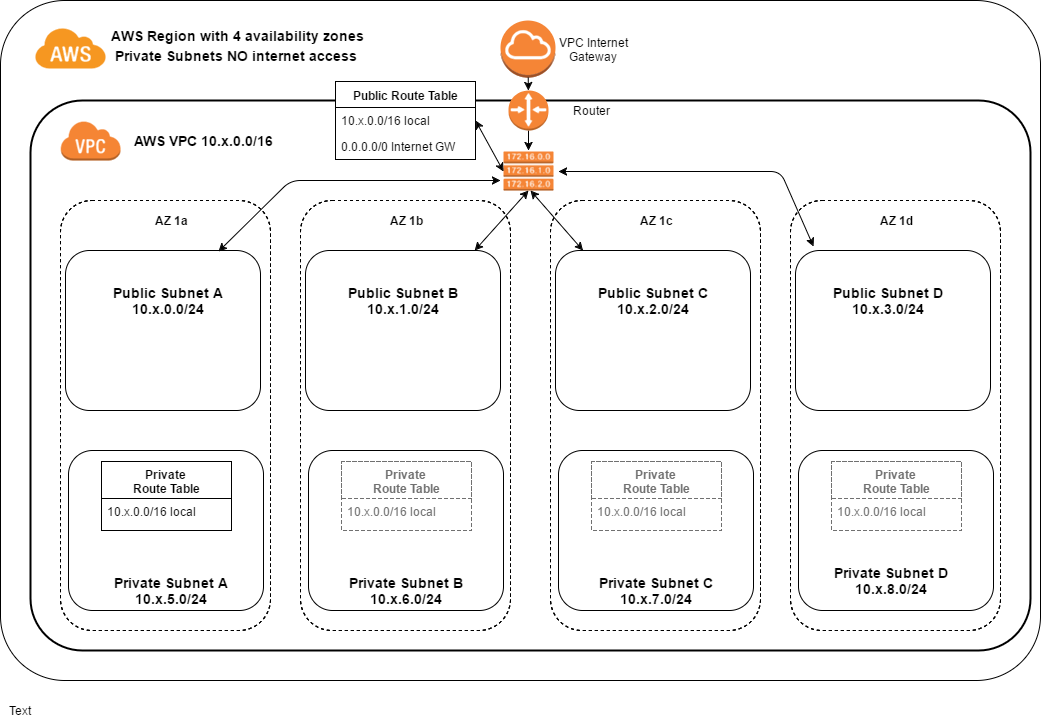
Earlier version of the draw.io export vpc/images/VPC-Private-No-Internet-access-four-regions.png (Fzomerdijk/aws-templates). Source tidied: cells renumbered, new cells last; positions are measured from the earlier drawing's top-left corner, leaving out a move shared by most shapes. Its diagram source:
```xml
<mxGraphModel background="#ffffff">
  <root>
    <mxCell id="0" />
    <mxCell id="1" parent="0" />
    <mxCell id="2" style="dashed=0;html=1;shape=mxgraph.aws.groups.rrect;fillColor=none;strokeColor=#000000;gradientColor=none;shadow=0;glass=0;fontFamily=Helvetica;fontSize=12;fontColor=#000000;align=center;labelPosition=center;verticalLabelPosition=top;verticalAlign=bottom;spacing=6;" parent="1" vertex="1">
      <mxGeometry width="1040" height="680" as="geometry" />
    </mxCell>
    <mxCell id="3" style="html=1;shape=mxgraph.aws.groups.rrect;fillColor=none;strokeColor=#000000;gradientColor=none;shadow=0;glass=0;fontFamily=Helvetica;fontSize=12;fontColor=#000000;align=center;labelPosition=center;verticalLabelPosition=top;verticalAlign=bottom;spacing=6;strokeWidth=2;" parent="1" vertex="1">
      <mxGeometry x="30" y="100" width="1000" height="550" as="geometry" />
    </mxCell>
    <mxCell id="4" style="rounded=1;whiteSpace=wrap;html=1;dashed=1;" parent="1" vertex="1">
      <mxGeometry x="300" y="200" width="210" height="430" as="geometry" />
    </mxCell>
    <mxCell id="5" style="edgeStyle=none;rounded=0;html=1;endArrow=classic;endFill=1;jettySize=auto;strokeColor=#000000;strokeWidth=1;fontFamily=Helvetica;fontSize=12;fontColor=#000000;align=center;" parent="1" edge="1" source="24">
      <mxGeometry relative="1" as="geometry">
        <mxPoint x="528" y="150" as="targetPoint" />
      </mxGeometry>
    </mxCell>
    <mxCell id="6" style="dashed=0;html=1;shape=mxgraph.aws2.compute_and_networking.vpc_internet_gateway;strokeColor=none;shadow=0;glass=0;fillColor=#FFFFFF;gradientColor=none;fontFamily=Helvetica;fontSize=12;fontColor=#000000;align=center;whiteSpace=wrap;labelPosition=center;verticalLabelPosition=top;verticalAlign=bottom;spacing=6;" parent="1" vertex="1">
      <mxGeometry x="500" y="20" width="55" height="57" as="geometry" />
    </mxCell>
    <mxCell id="7" style="dashed=0;html=1;shape=mxgraph.aws.groups.aws_cloud_icon;strokeColor=none;fillColor=#F69721;gradientColor=none;shadow=0;glass=0;fontFamily=Helvetica;fontSize=12;fontColor=#000000;align=center;labelPosition=center;verticalLabelPosition=top;verticalAlign=bottom;spacing=6;" parent="1" vertex="1">
      <mxGeometry x="35" y="28" width="70" height="40" as="geometry" />
    </mxCell>
    <mxCell id="8" style="rounded=1;whiteSpace=wrap;html=1;dashed=1;" parent="1" vertex="1">
      <mxGeometry x="60" y="200" width="210" height="430" as="geometry" />
    </mxCell>
    <mxCell id="9" value="Text" style="text;html=1;strokeColor=none;fillColor=none;align=center;verticalAlign=middle;whiteSpace=wrap;dashed=1;" parent="1" vertex="1">
      <mxGeometry y="700" width="40" height="20" as="geometry" />
    </mxCell>
    <mxCell id="10" style="rounded=1;whiteSpace=wrap;html=1;dashed=1;" parent="1" vertex="1">
      <mxGeometry x="550" y="200" width="210" height="430" as="geometry" />
    </mxCell>
    <mxCell id="11" style="rounded=1;whiteSpace=wrap;html=1;dashed=1;" parent="1" vertex="1">
      <mxGeometry x="790" y="200" width="210" height="430" as="geometry" />
    </mxCell>
    <mxCell id="12" value="&lt;font style=&quot;font-size: 12px&quot;&gt;&lt;b&gt;AZ 1a&lt;br&gt;&lt;/b&gt;&lt;/font&gt;" style="text;html=1;strokeColor=none;fillColor=none;align=center;verticalAlign=middle;whiteSpace=wrap;dashed=1;" parent="1" vertex="1">
      <mxGeometry x="140" y="210" width="60" height="20" as="geometry" />
    </mxCell>
    <mxCell id="13" value="&lt;font style=&quot;font-size: 12px&quot;&gt;&lt;b&gt;AZ 1b&lt;/b&gt;&lt;/font&gt;" style="text;html=1;strokeColor=none;fillColor=none;align=center;verticalAlign=middle;whiteSpace=wrap;dashed=1;" parent="1" vertex="1">
      <mxGeometry x="375" y="210" width="60" height="20" as="geometry" />
    </mxCell>
    <mxCell id="14" value="&lt;font style=&quot;font-size: 12px&quot;&gt;&lt;b&gt;AZ 1c&lt;br&gt;&lt;/b&gt;&lt;/font&gt;" style="text;html=1;strokeColor=none;fillColor=none;align=center;verticalAlign=middle;whiteSpace=wrap;dashed=1;" parent="1" vertex="1">
      <mxGeometry x="625" y="210" width="60" height="20" as="geometry" />
    </mxCell>
    <mxCell id="15" value="&lt;font style=&quot;font-size: 12px&quot;&gt;&lt;b&gt;AZ 1d&lt;br&gt;&lt;/b&gt;&lt;/font&gt;" style="text;html=1;strokeColor=none;fillColor=none;align=center;verticalAlign=middle;whiteSpace=wrap;dashed=1;" parent="1" vertex="1">
      <mxGeometry x="865" y="210" width="60" height="20" as="geometry" />
    </mxCell>
    <mxCell id="16" style="rounded=1;whiteSpace=wrap;html=1;" parent="1" vertex="1">
      <mxGeometry x="65" y="250" width="195" height="160" as="geometry" />
    </mxCell>
    <mxCell id="17" style="rounded=1;whiteSpace=wrap;html=1;" parent="1" vertex="1">
      <mxGeometry x="68" y="450" width="195" height="160" as="geometry" />
    </mxCell>
    <mxCell id="18" style="rounded=1;whiteSpace=wrap;html=1;" parent="1" vertex="1">
      <mxGeometry x="305" y="250" width="195" height="160" as="geometry" />
    </mxCell>
    <mxCell id="19" style="rounded=1;whiteSpace=wrap;html=1;" parent="1" vertex="1">
      <mxGeometry x="308" y="450" width="195" height="160" as="geometry" />
    </mxCell>
    <mxCell id="20" style="rounded=1;whiteSpace=wrap;html=1;" parent="1" vertex="1">
      <mxGeometry x="555" y="250" width="195" height="160" as="geometry" />
    </mxCell>
    <mxCell id="21" style="rounded=1;whiteSpace=wrap;html=1;" parent="1" vertex="1">
      <mxGeometry x="558" y="450" width="195" height="160" as="geometry" />
    </mxCell>
    <mxCell id="22" style="rounded=1;whiteSpace=wrap;html=1;" parent="1" vertex="1">
      <mxGeometry x="795" y="250" width="195" height="160" as="geometry" />
    </mxCell>
    <mxCell id="23" style="rounded=1;whiteSpace=wrap;html=1;" parent="1" vertex="1">
      <mxGeometry x="798" y="450" width="195" height="160" as="geometry" />
    </mxCell>
    <mxCell id="24" style="dashed=0;html=1;shape=mxgraph.aws3.router;fillColor=#F58536;gradientColor=none;" parent="1" vertex="1">
      <mxGeometry x="508" y="90" width="40" height="40" as="geometry" />
    </mxCell>
    <mxCell id="25" style="edgeStyle=none;rounded=0;html=1;endArrow=classic;endFill=1;jettySize=auto;strokeColor=#000000;strokeWidth=1;fontFamily=Helvetica;fontSize=12;fontColor=#000000;align=center;" parent="1" edge="1" source="6" target="24">
      <mxGeometry relative="1" as="geometry" />
    </mxCell>
    <mxCell id="26" value="&lt;font&gt;&lt;font style=&quot;font-size: 12px&quot;&gt;VPC Internet Gateway&lt;/font&gt;&lt;br&gt;&lt;/font&gt;" style="text;html=1;strokeColor=none;fillColor=none;align=center;verticalAlign=middle;whiteSpace=wrap;dashed=1;" parent="1" vertex="1">
      <mxGeometry x="548" y="39" width="90" height="20" as="geometry" />
    </mxCell>
    <mxCell id="27" value="&lt;font&gt;&lt;b&gt;&lt;font style=&quot;font-size: 14px&quot;&gt;Public&lt;/font&gt;&lt;/b&gt;&lt;/font&gt;&lt;b&gt;&lt;font style=&quot;font-size: 14px&quot;&gt;&amp;nbsp;Subnet A 10.x.0.0/24&lt;/font&gt;&lt;/b&gt;" style="text;html=1;strokeColor=none;fillColor=none;align=center;verticalAlign=middle;whiteSpace=wrap;dashed=1;" parent="1" vertex="1">
      <mxGeometry x="105" y="290" width="125" height="20" as="geometry" />
    </mxCell>
    <mxCell id="28" value="&lt;font&gt;&lt;b&gt;&lt;font style=&quot;font-size: 14px&quot;&gt;Public Subnet B 10.x.1&lt;/font&gt;&lt;/b&gt;&lt;/font&gt;&lt;b&gt;&lt;font style=&quot;font-size: 14px&quot;&gt;.0/24&lt;/font&gt;&lt;/b&gt;" style="text;html=1;strokeColor=none;fillColor=none;align=center;verticalAlign=middle;whiteSpace=wrap;dashed=1;" parent="1" vertex="1">
      <mxGeometry x="340" y="290" width="125" height="20" as="geometry" />
    </mxCell>
    <mxCell id="29" value="&lt;font&gt;&lt;b&gt;&lt;font style=&quot;font-size: 14px&quot;&gt;Public Subnet C 10.x.2.0/24&lt;/font&gt;&lt;/b&gt;&lt;/font&gt;" style="text;html=1;strokeColor=none;fillColor=none;align=center;verticalAlign=middle;whiteSpace=wrap;dashed=1;" parent="1" vertex="1">
      <mxGeometry x="590" y="290" width="125" height="20" as="geometry" />
    </mxCell>
    <mxCell id="30" value="&lt;font&gt;&lt;b&gt;&lt;font style=&quot;font-size: 14px&quot;&gt;Public Subnet D 10.x.3.0/24&lt;/font&gt;&lt;/b&gt;&lt;/font&gt;" style="text;html=1;strokeColor=none;fillColor=none;align=center;verticalAlign=middle;whiteSpace=wrap;dashed=1;" parent="1" vertex="1">
      <mxGeometry x="825" y="290" width="125" height="20" as="geometry" />
    </mxCell>
    <mxCell id="31" value="&lt;font&gt;&lt;b&gt;&lt;font style=&quot;font-size: 14px&quot;&gt;Private Subnet A 10.x.5.0/24&lt;/font&gt;&lt;/b&gt;&lt;/font&gt;" style="text;html=1;strokeColor=none;fillColor=none;align=center;verticalAlign=middle;whiteSpace=wrap;dashed=1;" parent="1" vertex="1">
      <mxGeometry x="108" y="580" width="125" height="20" as="geometry" />
    </mxCell>
    <mxCell id="32" value="&lt;font&gt;&lt;b&gt;&lt;font style=&quot;font-size: 14px&quot;&gt;Private Subnet B 10.x.6&lt;/font&gt;&lt;/b&gt;&lt;/font&gt;&lt;b&gt;&lt;font style=&quot;font-size: 14px&quot;&gt;.0/24&lt;/font&gt;&lt;/b&gt;" style="text;html=1;strokeColor=none;fillColor=none;align=center;verticalAlign=middle;whiteSpace=wrap;dashed=1;" parent="1" vertex="1">
      <mxGeometry x="343" y="580" width="125" height="20" as="geometry" />
    </mxCell>
    <mxCell id="33" value="&lt;font&gt;&lt;b&gt;&lt;font style=&quot;font-size: 14px&quot;&gt;Private Subnet C 10.x.7.0/24&lt;/font&gt;&lt;/b&gt;&lt;/font&gt;" style="text;html=1;strokeColor=none;fillColor=none;align=center;verticalAlign=middle;whiteSpace=wrap;dashed=1;" parent="1" vertex="1">
      <mxGeometry x="593" y="580" width="125" height="20" as="geometry" />
    </mxCell>
    <mxCell id="34" value="&lt;font&gt;&lt;b&gt;&lt;font style=&quot;font-size: 14px&quot;&gt;Private Subnet D 10.x.8.0/24&lt;/font&gt;&lt;/b&gt;&lt;/font&gt;" style="text;html=1;strokeColor=none;fillColor=none;align=center;verticalAlign=middle;whiteSpace=wrap;dashed=1;" parent="1" vertex="1">
      <mxGeometry x="828" y="570" width="125" height="20" as="geometry" />
    </mxCell>
    <mxCell id="35" style="dashed=0;html=1;shape=mxgraph.aws3.route_table;fillColor=#F58536;gradientColor=none;" parent="1" vertex="1">
      <mxGeometry x="503" y="151" width="50" height="39" as="geometry" />
    </mxCell>
    <mxCell id="36" value="&lt;font&gt;&lt;b&gt;&lt;font style=&quot;font-size: 14px&quot;&gt;AWS Region with 4 availability zones&lt;/font&gt;&lt;br&gt;&lt;/b&gt;&lt;/font&gt;" style="text;html=1;strokeColor=none;fillColor=none;align=center;verticalAlign=middle;whiteSpace=wrap;dashed=1;" parent="1" vertex="1">
      <mxGeometry x="105" y="20" width="265" height="29" as="geometry" />
    </mxCell>
    <mxCell id="37" value="&lt;font&gt;&lt;font style=&quot;font-size: 12px&quot;&gt;Router&lt;/font&gt;&lt;/font&gt;" style="text;html=1;strokeColor=none;fillColor=none;align=center;verticalAlign=middle;whiteSpace=wrap;dashed=1;" parent="1" vertex="1">
      <mxGeometry x="545" y="100" width="90" height="20" as="geometry" />
    </mxCell>
    <mxCell id="38" value="&lt;font&gt;&lt;b&gt;&lt;font style=&quot;font-size: 14px&quot;&gt;AWS VPC 10.x.0.0/16&lt;/font&gt;&lt;br&gt;&lt;/b&gt;&lt;/font&gt;" style="text;html=1;strokeColor=none;fillColor=none;align=center;verticalAlign=middle;whiteSpace=wrap;dashed=1;" parent="1" vertex="1">
      <mxGeometry x="115" y="130" width="175" height="20" as="geometry" />
    </mxCell>
    <mxCell id="39" value="&lt;b&gt;Public Route Table&lt;/b&gt;" style="swimlane;html=1;fontStyle=0;horizontal=1;startSize=26;fillColor=none;swimlaneFillColor=#ffffff;" parent="1" vertex="1">
      <mxGeometry x="335" y="81" width="140" height="78" as="geometry" />
    </mxCell>
    <mxCell id="40" value="&lt;span&gt;10.x.0.0/16 local&lt;/span&gt;" style="text;html=1;strokeColor=none;fillColor=none;align=left;verticalAlign=top;spacingLeft=4;spacingRight=4;whiteSpace=wrap;overflow=hidden;" parent="39" vertex="1">
      <mxGeometry y="26" width="140" height="26" as="geometry" />
    </mxCell>
    <mxCell id="41" value="0.0.0.0/0 Internet GW" style="text;html=1;strokeColor=none;fillColor=none;align=left;verticalAlign=top;spacingLeft=4;spacingRight=4;whiteSpace=wrap;overflow=hidden;" parent="39" vertex="1">
      <mxGeometry y="52" width="140" height="26" as="geometry" />
    </mxCell>
    <mxCell id="42" style="endArrow=classic;startArrow=classic;html=1;entryX=0;entryY=0.5;entryPerimeter=0;exitX=1;exitY=0.5;" parent="1" edge="1" source="39" target="35">
      <mxGeometry relative="1" as="geometry" />
    </mxCell>
    <mxCell id="43" value="&lt;b&gt;Private &lt;br&gt;Route Table&lt;/b&gt;" style="swimlane;html=1;fontStyle=0;horizontal=1;startSize=37;fillColor=none;swimlaneFillColor=#ffffff;" parent="1" vertex="1">
      <mxGeometry x="101" y="461" width="130" height="69" as="geometry" />
    </mxCell>
    <mxCell id="44" value="&lt;span&gt;10.x.0.0/16 local&lt;/span&gt;" style="text;html=1;strokeColor=none;fillColor=none;align=left;verticalAlign=top;spacingLeft=4;spacingRight=4;whiteSpace=wrap;overflow=hidden;" parent="43" vertex="1">
      <mxGeometry y="37" width="130" height="23" as="geometry" />
    </mxCell>
    <mxCell id="45" style="endArrow=classic;startArrow=classic;html=1;exitX=0.5;exitY=1;exitPerimeter=0;" parent="1" edge="1" source="35" target="18">
      <mxGeometry relative="1" as="geometry" />
    </mxCell>
    <mxCell id="46" style="endArrow=classic;startArrow=classic;html=1;" parent="1" edge="1" target="20">
      <mxGeometry relative="1" as="geometry">
        <mxPoint x="530" y="190" as="sourcePoint" />
      </mxGeometry>
    </mxCell>
    <mxCell id="47" style="endArrow=classic;startArrow=classic;html=1;exitX=0.785;exitY=0.006;exitPerimeter=0;" parent="1" edge="1" source="16">
      <mxGeometry relative="1" as="geometry">
        <mxPoint x="500" y="180" as="targetPoint" />
        <Array as="points">
          <mxPoint x="290" y="180" />
        </Array>
      </mxGeometry>
    </mxCell>
    <mxCell id="48" style="endArrow=classic;startArrow=classic;html=1;entryX=0.092;entryY=-0.025;entryPerimeter=0;" parent="1" edge="1" target="22">
      <mxGeometry relative="1" as="geometry">
        <mxPoint x="558" y="171" as="sourcePoint" />
        <Array as="points">
          <mxPoint x="780" y="171" />
        </Array>
      </mxGeometry>
    </mxCell>
    <mxCell id="49" style="dashed=0;html=1;shape=mxgraph.aws3.virtual_private_cloud;fillColor=#F58534;gradientColor=none;strokeWidth=2;" parent="1" vertex="1">
      <mxGeometry x="60" y="120" width="60" height="40" as="geometry" />
    </mxCell>
    <mxCell id="50" value="&lt;font&gt;&lt;b style=&quot;font-size: 14px&quot;&gt;Private Subnets NO internet access&lt;/b&gt;&lt;/font&gt;" style="text;html=1;strokeColor=none;fillColor=none;align=center;verticalAlign=middle;whiteSpace=wrap;dashed=1;" parent="1" vertex="1">
      <mxGeometry x="110" y="40" width="250" height="29" as="geometry" />
    </mxCell>
    <mxCell id="51" style="edgeStyle=none;rounded=0;html=1;exitX=0.5;exitY=0;startArrow=none;startFill=0;endArrow=none;endFill=0;jettySize=auto;orthogonalLoop=1;strokeWidth=3;" parent="1" edge="1" source="17" target="17">
      <mxGeometry relative="1" as="geometry" />
    </mxCell>
    <mxCell id="52" value="&lt;b&gt;&lt;font color=&quot;#707070&quot;&gt;Private &lt;br&gt;Route Table&lt;/font&gt;&lt;/b&gt;" style="swimlane;html=1;fontStyle=0;horizontal=1;startSize=37;fillColor=none;swimlaneFillColor=#ffffff;dashed=1;strokeColor=#707070;" parent="1" vertex="1">
      <mxGeometry x="341" y="461" width="130" height="69" as="geometry" />
    </mxCell>
    <mxCell id="53" value="&lt;span&gt;&lt;font color=&quot;#707070&quot;&gt;10.x.0.0/16 local&lt;/font&gt;&lt;/span&gt;" style="text;html=1;strokeColor=none;fillColor=none;align=left;verticalAlign=top;spacingLeft=4;spacingRight=4;whiteSpace=wrap;overflow=hidden;" parent="52" vertex="1">
      <mxGeometry y="37" width="130" height="20" as="geometry" />
    </mxCell>
    <mxCell id="54" value="&lt;b&gt;&lt;font color=&quot;#707070&quot;&gt;Private &lt;br&gt;Route Table&lt;/font&gt;&lt;/b&gt;" style="swimlane;html=1;fontStyle=0;horizontal=1;startSize=37;fillColor=none;swimlaneFillColor=#ffffff;dashed=1;strokeColor=#707070;" parent="1" vertex="1">
      <mxGeometry x="591" y="461" width="130" height="69" as="geometry" />
    </mxCell>
    <mxCell id="55" value="&lt;span&gt;&lt;font color=&quot;#707070&quot;&gt;10.x.0.0/16 local&lt;/font&gt;&lt;/span&gt;" style="text;html=1;strokeColor=none;fillColor=none;align=left;verticalAlign=top;spacingLeft=4;spacingRight=4;whiteSpace=wrap;overflow=hidden;" parent="54" vertex="1">
      <mxGeometry y="37" width="130" height="20" as="geometry" />
    </mxCell>
    <mxCell id="56" value="&lt;b&gt;&lt;font color=&quot;#707070&quot;&gt;Private &lt;br&gt;Route Table&lt;/font&gt;&lt;/b&gt;" style="swimlane;html=1;fontStyle=0;horizontal=1;startSize=37;fillColor=none;swimlaneFillColor=#ffffff;dashed=1;strokeColor=#707070;" parent="1" vertex="1">
      <mxGeometry x="831" y="461" width="130" height="69" as="geometry" />
    </mxCell>
    <mxCell id="57" value="&lt;span&gt;&lt;font color=&quot;#707070&quot;&gt;10.x.0.0/16 local&lt;/font&gt;&lt;/span&gt;" style="text;html=1;strokeColor=none;fillColor=none;align=left;verticalAlign=top;spacingLeft=4;spacingRight=4;whiteSpace=wrap;overflow=hidden;" parent="56" vertex="1">
      <mxGeometry y="37" width="130" height="20" as="geometry" />
    </mxCell>
  </root>
</mxGraphModel>
```
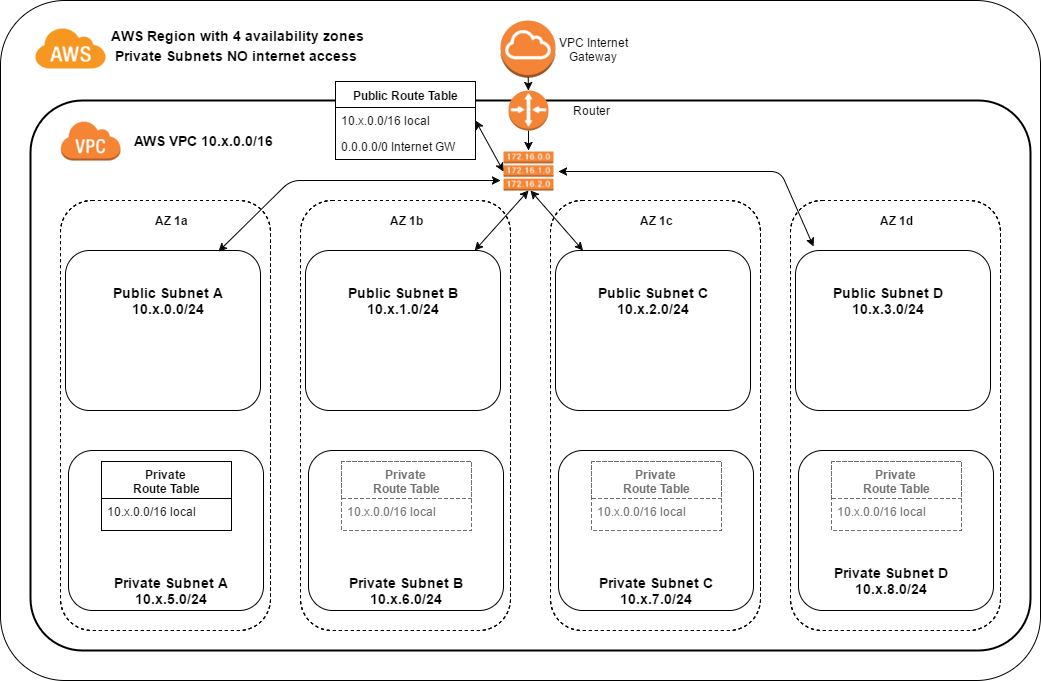
After the change.

Diff of the diagram source:
```diff
@@ -25,9 +25,6 @@
     <mxCell id="8" style="rounded=1;whiteSpace=wrap;html=1;dashed=1;" parent="1" vertex="1">
       <mxGeometry x="60" y="200" width="210" height="430" as="geometry" />
     </mxCell>
-    <mxCell id="9" value="Text" style="text;html=1;strokeColor=none;fillColor=none;align=center;verticalAlign=middle;whiteSpace=wrap;dashed=1;" parent="1" vertex="1">
-      <mxGeometry y="700" width="40" height="20" as="geometry" />
-    </mxCell>
     <mxCell id="10" style="rounded=1;whiteSpace=wrap;html=1;dashed=1;" parent="1" vertex="1">
       <mxGeometry x="550" y="200" width="210" height="430" as="geometry" />
     </mxCell>
```
